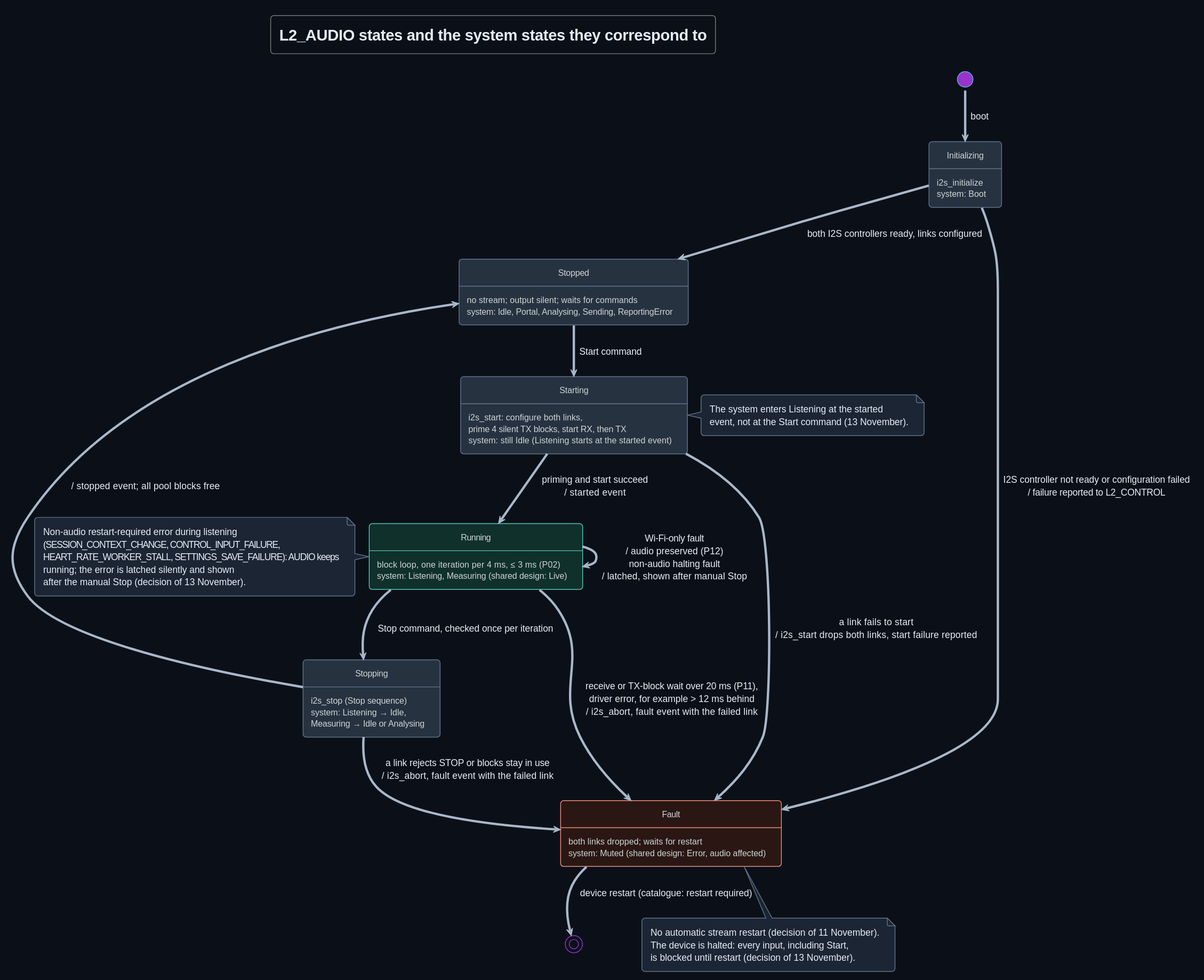
Earlier version of the PlantUML export Development/system/design/AUDIO/rendered/audio_state.svg (DemonicPsychoII/DigitalStethoscope). The source it was exported from:
```plantuml
@startuml
!theme cyborg
!pragma layout smetana
skinparam shadowing false
skinparam defaultFontName SansSerif
skinparam backgroundColor #0b1018
skinparam defaultFontColor #e6edf7
skinparam ArrowColor #a9b8ca
skinparam ArrowFontColor #e6edf7
skinparam state {
 BackgroundColor #273241
 BorderColor #61738a
 FontColor #e6edf7
 AttributeFontColor #cdd5d5
 BackgroundColor<<running>> #10302b
 BorderColor<<running>> #52c7b4
 BackgroundColor<<fault>> #2a1714
 BorderColor<<fault>> #f08a7c
 BackgroundColor<<unclear>> #3a3320
 BorderColor<<unclear>> #dcbb63
}
skinparam note {
 BackgroundColor #1b2533
 BorderColor #61738a
 FontColor #e6edf7
}
title L2_AUDIO states and the system states they correspond to
hide empty description
state "Initializing" as Initializing : i2s_initialize\nsystem: Boot
state "Stopped" as Stopped : no stream; output silent; waits for commands\nsystem: Idle, Portal, Analysing, Sending, ReportingError
state "Starting" as Starting : i2s_start: configure both links,\nprime 4 silent TX blocks, start RX, then TX\nsystem: still Idle (Listening starts at the started event)
state "Running" as Running <<running>> : block loop, one iteration per 4 ms, ≤ 3 ms (P02)\nsystem: Listening, Measuring (shared design: Live)
state "Stopping" as Stopping : i2s_stop (Stop sequence)\nsystem: Listening → Idle,\nMeasuring → Idle or Analysing
state "Fault" as Fault <<fault>> : both links dropped; waits for restart\nsystem: Muted (shared design: Error, audio affected)
[*] --> Initializing : boot
Initializing --> Stopped : both I2S controllers ready, links configured
Initializing --> Fault : I2S controller not ready or configuration failed\n/ failure reported to L2_CONTROL
Stopped --> Starting : Start command
Starting --> Running : priming and start succeed\n/ started event
Starting --> Fault : a link fails to start\n/ i2s_start drops both links, start failure reported
Running --> Stopping : Stop command, checked once per iteration
Stopping --> Stopped : / stopped event; all pool blocks free
Stopping --> Fault : a link rejects STOP or blocks stay in use\n/ i2s_abort, fault event with the failed link
Running --> Fault : receive or TX-block wait over 20 ms (P11),\ndriver error, for example > 12 ms behind\n/ i2s_abort, fault event with the failed link
Running --> Running : Wi-Fi-only fault\n/ audio preserved (P12)\nnon-audio halting fault\n/ latched, shown after manual Stop
Fault --> [*] : device restart (catalogue: restart required)
note bottom of Fault
  No automatic stream restart (decision of 11 November).
  The device is halted: every input, including Start,
  is blocked until restart (decision of 13 November).
end note
note left of Running
  Non-audio restart-required error during listening
  (SESSION_CONTEXT_CHANGE, CONTROL_INPUT_FAILURE,
  HEART_RATE_WORKER_STALL, SETTINGS_SAVE_FAILURE): AUDIO keeps
  running; the error is latched silently and shown
  after the manual Stop (decision of 13 November).
end note
note right of Starting
  The system enters Listening at the started
  event, not at the Start command (13 November).
end note
@enduml
```
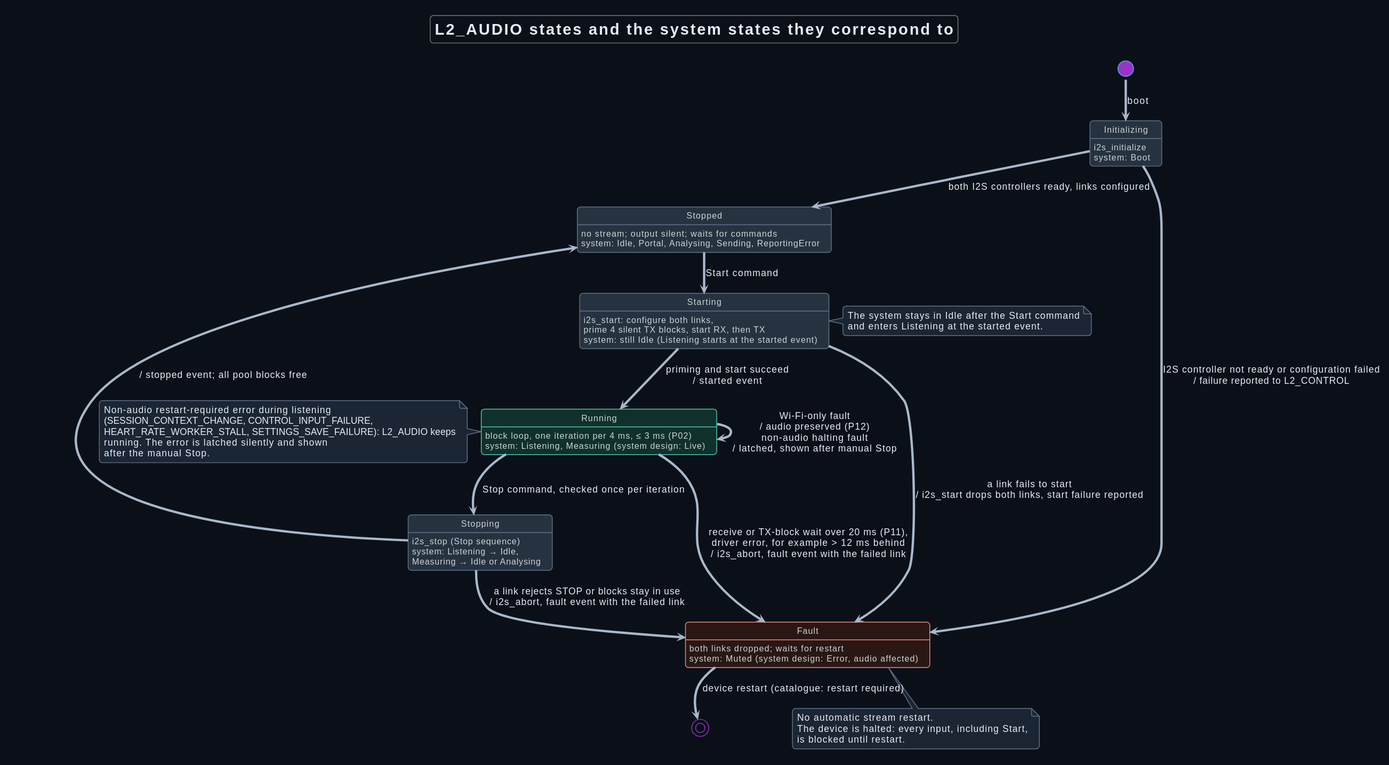
After the change.

Change to the diagram source:
```diff
@@ -29,9 +29,9 @@
 state "Initializing" as Initializing : i2s_initialize\nsystem: Boot
 state "Stopped" as Stopped : no stream; output silent; waits for commands\nsystem: Idle, Portal, Analysing, Sending, ReportingError
 state "Starting" as Starting : i2s_start: configure both links,\nprime 4 silent TX blocks, start RX, then TX\nsystem: still Idle (Listening starts at the started event)
-state "Running" as Running <<running>> : block loop, one iteration per 4 ms, ≤ 3 ms (P02)\nsystem: Listening, Measuring (shared design: Live)
+state "Running" as Running <<running>> : block loop, one iteration per 4 ms, ≤ 3 ms (P02)\nsystem: Listening, Measuring (system design: Live)
 state "Stopping" as Stopping : i2s_stop (Stop sequence)\nsystem: Listening → Idle,\nMeasuring → Idle or Analysing
-state "Fault" as Fault <<fault>> : both links dropped; waits for restart\nsystem: Muted (shared design: Error, audio affected)
+state "Fault" as Fault <<fault>> : both links dropped; waits for restart\nsystem: Muted (system design: Error, audio affected)
 [*] --> Initializing : boot
 Initializing --> Stopped : both I2S controllers ready, links configured
 Initializing --> Fault : I2S controller not ready or configuration failed\n/ failure reported to L2_CONTROL
@@ -45,19 +45,19 @@
 Running --> Running : Wi-Fi-only fault\n/ audio preserved (P12)\nnon-audio halting fault\n/ latched, shown after manual Stop
 Fault --> [*] : device restart (catalogue: restart required)
 note bottom of Fault
-  No automatic stream restart (decision of 11 November).
+  No automatic stream restart.
   The device is halted: every input, including Start,
-  is blocked until restart (decision of 13 November).
+  is blocked until restart.
 end note
 note left of Running
   Non-audio restart-required error during listening
   (SESSION_CONTEXT_CHANGE, CONTROL_INPUT_FAILURE,
-  HEART_RATE_WORKER_STALL, SETTINGS_SAVE_FAILURE): AUDIO keeps
-  running; the error is latched silently and shown
-  after the manual Stop (decision of 13 November).
+  HEART_RATE_WORKER_STALL, SETTINGS_SAVE_FAILURE): L2_AUDIO keeps
+  running. The error is latched silently and shown
+  after the manual Stop.
 end note
 note right of Starting
-  The system enters Listening at the started
-  event, not at the Start command (13 November).
+  The system stays in Idle after the Start command
+  and enters Listening at the started event.
 end note
 @enduml
```
